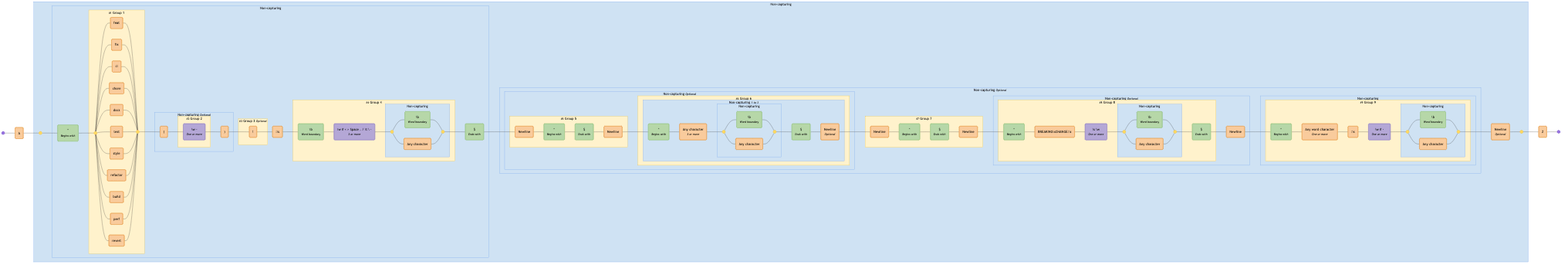
Earlier version of the Mermaid export diagrams/conventional-commits.mermaid-diagram.png (tayles/regex-to-mermaid). Its source is kept beside it as diagrams/conventional-commits.mermaid. Its diagram source:
```mermaid
graph LR
  accTitle: "Regex: \\A(?:(?:^(?P<type>feat|fix|ci|chore|docs|test|style|refactor|build|perf|revert)(?:\\((?P<scope>[\\w-]+)\\))?(?P<breaking>!)?:\\s(?P<subject>\\b[\\w#<> ./\\t\\\\-]{3,}(?:\\b|\\.))$)(?:(?:(?P<BLANK_LINE>\\n^$\\n)(?P<body>(?:^.{3,}(?:\\b|\\.)$\\n?){1,3}))?(?P<BLANK_LINE2>\\n^$\\n)(?:(?P<breaking_change>^BREAKING\\sCHANGE:\\s[\\s\\w]+(?:\\b|\\.)$)\\n)?(?:(?P<footer>^\\w+:\\s[\\w#-]+(?:\\b|\\.))))?\\n?|)\\Z"
  accDescr: "Generated with regex-to-mermaid@1.0.3"

  start@{ shape: f-circ };
  fin@{ shape: f-circ };
  literal_1("A"):::literal;
  disjunction_begin_1:::disjunction@{ shape: f-circ };
  disjunction_end_1:::disjunction@{ shape: f-circ };
  assertion_1("^<br><i><small>Begins with</small></i>"):::assertion;
  disjunction_begin_2:::disjunction@{ shape: f-circ };
  disjunction_end_2:::disjunction@{ shape: f-circ };
  literal_2("feat"):::literal;
  literal_3("fix"):::literal;
  literal_4("ci"):::literal;
  literal_5("chore"):::literal;
  literal_6("docs"):::literal;
  literal_7("test"):::literal;
  literal_8("style"):::literal;
  literal_9("refactor"):::literal;
  literal_10("build"):::literal;
  literal_11("perf"):::literal;
  literal_12("revert"):::literal;
  literal_13("("):::literal;
  char_class_1("\w -<br><i><small>One or more</small></i>"):::char-class;
  literal_14(")"):::literal;
  literal_15("!"):::literal;
  literal_16(":\s"):::literal;
  assertion_2("\b<br><i><small>Word boundary</small></i>"):::assertion;
  char_class_2("\w # < > Space . / \t \ -<br><i><small>3 or more</small></i>"):::char-class;
  disjunction_begin_3:::disjunction@{ shape: f-circ };
  disjunction_end_3:::disjunction@{ shape: f-circ };
  assertion_3("\b<br><i><small>Word boundary</small></i>"):::assertion;
  literal_17("Any character"):::literal;
  assertion_4("$<br><i><small>Ends with</small></i>"):::assertion;
  literal_18("Newline"):::literal;
  assertion_5("^<br><i><small>Begins with</small></i>"):::assertion;
  assertion_6("$<br><i><small>Ends with</small></i>"):::assertion;
  literal_19("Newline"):::literal;
  assertion_7("^<br><i><small>Begins with</small></i>"):::assertion;
  literal_20("Any character<br><i><small>3 or more</small></i>"):::literal;
  disjunction_begin_4:::disjunction@{ shape: f-circ };
  disjunction_end_4:::disjunction@{ shape: f-circ };
  assertion_8("\b<br><i><small>Word boundary</small></i>"):::assertion;
  literal_21("Any character"):::literal;
  assertion_9("$<br><i><small>Ends with</small></i>"):::assertion;
  literal_22("Newline<br><i><small>Optional</small></i>"):::literal;
  literal_23("Newline"):::literal;
  assertion_10("^<br><i><small>Begins with</small></i>"):::assertion;
  assertion_11("$<br><i><small>Ends with</small></i>"):::assertion;
  literal_24("Newline"):::literal;
  assertion_12("^<br><i><small>Begins with</small></i>"):::assertion;
  literal_25("BREAKING\sCHANGE:\s"):::literal;
  char_class_3("\s \w<br><i><small>One or more</small></i>"):::char-class;
  disjunction_begin_5:::disjunction@{ shape: f-circ };
  disjunction_end_5:::disjunction@{ shape: f-circ };
  assertion_13("\b<br><i><small>Word boundary</small></i>"):::assertion;
  literal_26("Any character"):::literal;
  assertion_14("$<br><i><small>Ends with</small></i>"):::assertion;
  literal_27("Newline"):::literal;
  assertion_15("^<br><i><small>Begins with</small></i>"):::assertion;
  literal_28("Any word character<br><i><small>One or more</small></i>"):::literal;
  literal_29(":\s"):::literal;
  char_class_4("\w # -<br><i><small>One or more</small></i>"):::char-class;
  disjunction_begin_6:::disjunction@{ shape: f-circ };
  disjunction_end_6:::disjunction@{ shape: f-circ };
  assertion_16("\b<br><i><small>Word boundary</small></i>"):::assertion;
  literal_30("Any character"):::literal;
  literal_31("Newline<br><i><small>Optional</small></i>"):::literal;
  literal_32("Z"):::literal;

  subgraph standard_1 ["<small>#1</small> Group 1"]
    disjunction_begin_2
    disjunction_end_2
    literal_2
    literal_3
    literal_4
    literal_5
    literal_6
    literal_7
    literal_8
    literal_9
    literal_10
    literal_11
    literal_12
  end

  subgraph standard_2 ["<small>#2</small> Group 2"]
    char_class_1
  end

  subgraph non_capturing_3 ["Non-capturing <small><i>Optional</i></small>"]
    standard_2
    literal_13
    literal_14
  end

  subgraph standard_3 ["<small>#3</small> Group 3 <small><i>Optional</i></small>"]
    literal_15
  end

  subgraph non_capturing_4 ["Non-capturing"]
    disjunction_begin_3
    disjunction_end_3
    assertion_3
    literal_17
  end

  subgraph standard_4 ["<small>#4</small> Group 4"]
    non_capturing_4
    assertion_2
    char_class_2
  end

  subgraph non_capturing_2 ["Non-capturing"]
    standard_1
    standard_2
    non_capturing_3
    standard_3
    non_capturing_4
    standard_4
    assertion_1
    literal_16
    assertion_4
  end

  subgraph standard_5 ["<small>#5</small> Group 5"]
    literal_18
    assertion_5
    assertion_6
    literal_19
  end

  subgraph non_capturing_8 ["Non-capturing"]
    disjunction_begin_4
    disjunction_end_4
    assertion_8
    literal_21
  end

  subgraph non_capturing_7 ["Non-capturing <small><i>1 to 3</i></small>"]
    non_capturing_8
    assertion_7
    literal_20
    assertion_9
    literal_22
  end

  subgraph standard_6 ["<small>#6</small> Group 6"]
    non_capturing_8
    non_capturing_7
  end

  subgraph non_capturing_6 ["Non-capturing <small><i>Optional</i></small>"]
    standard_5
    non_capturing_8
    non_capturing_7
    standard_6
  end

  subgraph standard_7 ["<small>#7</small> Group 7"]
    literal_23
    assertion_10
    assertion_11
    literal_24
  end

  subgraph non_capturing_10 ["Non-capturing"]
    disjunction_begin_5
    disjunction_end_5
    assertion_13
    literal_26
  end

  subgraph standard_8 ["<small>#8</small> Group 8"]
    non_capturing_10
    assertion_12
    literal_25
    char_class_3
    assertion_14
  end

  subgraph non_capturing_9 ["Non-capturing <small><i>Optional</i></small>"]
    non_capturing_10
    standard_8
    literal_27
  end

  subgraph non_capturing_12 ["Non-capturing"]
    disjunction_begin_6
    disjunction_end_6
    assertion_16
    literal_30
  end

  subgraph standard_9 ["<small>#9</small> Group 9"]
    non_capturing_12
    assertion_15
    literal_28
    literal_29
    char_class_4
  end

  subgraph non_capturing_11 ["Non-capturing"]
    non_capturing_12
    standard_9
  end

  subgraph non_capturing_5 ["Non-capturing <small><i>Optional</i></small>"]
    standard_5
    non_capturing_8
    non_capturing_7
    standard_6
    non_capturing_6
    standard_7
    non_capturing_10
    standard_8
    non_capturing_9
    non_capturing_12
    standard_9
    non_capturing_11
  end

  subgraph non_capturing_1 ["Non-capturing"]
    standard_1
    standard_2
    non_capturing_3
    standard_3
    non_capturing_4
    standard_4
    non_capturing_2
    standard_5
    non_capturing_8
    non_capturing_7
    standard_6
    non_capturing_6
    standard_7
    non_capturing_10
    standard_8
    non_capturing_9
    non_capturing_12
    standard_9
    non_capturing_11
    non_capturing_5
    disjunction_begin_1
    disjunction_end_1
    literal_31
  end

  start --- literal_1;
  literal_1 --- disjunction_begin_1;
  disjunction_begin_1 --- assertion_1;
  assertion_1 --- disjunction_begin_2;
  disjunction_begin_2 --- literal_2;
  literal_2 --- disjunction_end_2;
  disjunction_begin_2 --- literal_3;
  literal_3 --- disjunction_end_2;
  disjunction_begin_2 --- literal_4;
  literal_4 --- disjunction_end_2;
  disjunction_begin_2 --- literal_5;
  literal_5 --- disjunction_end_2;
  disjunction_begin_2 --- literal_6;
  literal_6 --- disjunction_end_2;
  disjunction_begin_2 --- literal_7;
  literal_7 --- disjunction_end_2;
  disjunction_begin_2 --- literal_8;
  literal_8 --- disjunction_end_2;
  disjunction_begin_2 --- literal_9;
  literal_9 --- disjunction_end_2;
  disjunction_begin_2 --- literal_10;
  literal_10 --- disjunction_end_2;
  disjunction_begin_2 --- literal_11;
  literal_11 --- disjunction_end_2;
  disjunction_begin_2 --- literal_12;
  literal_12 --- disjunction_end_2;
  disjunction_end_2 --- literal_13;
  literal_13 --- char_class_1;
  char_class_1 --- literal_14;
  literal_14 --- literal_15;
  literal_15 --- literal_16;
  literal_16 --- assertion_2;
  assertion_2 --- char_class_2;
  char_class_2 --- disjunction_begin_3;
  disjunction_begin_3 --- assertion_3;
  assertion_3 --- disjunction_end_3;
  disjunction_begin_3 --- literal_17;
  literal_17 --- disjunction_end_3;
  disjunction_end_3 --- assertion_4;
  assertion_4 --- literal_18;
  literal_18 --- assertion_5;
  assertion_5 --- assertion_6;
  assertion_6 --- literal_19;
  literal_19 --- assertion_7;
  assertion_7 --- literal_20;
  literal_20 --- disjunction_begin_4;
  disjunction_begin_4 --- assertion_8;
  assertion_8 --- disjunction_end_4;
  disjunction_begin_4 --- literal_21;
  literal_21 --- disjunction_end_4;
  disjunction_end_4 --- assertion_9;
  assertion_9 --- literal_22;
  literal_22 --- literal_23;
  literal_23 --- assertion_10;
  assertion_10 --- assertion_11;
  assertion_11 --- literal_24;
  literal_24 --- assertion_12;
  assertion_12 --- literal_25;
  literal_25 --- char_class_3;
  char_class_3 --- disjunction_begin_5;
  disjunction_begin_5 --- assertion_13;
  assertion_13 --- disjunction_end_5;
  disjunction_begin_5 --- literal_26;
  literal_26 --- disjunction_end_5;
  disjunction_end_5 --- assertion_14;
  assertion_14 --- literal_27;
  literal_27 --- assertion_15;
  assertion_15 --- literal_28;
  literal_28 --- literal_29;
  literal_29 --- char_class_4;
  char_class_4 --- disjunction_begin_6;
  disjunction_begin_6 --- assertion_16;
  assertion_16 --- disjunction_end_6;
  disjunction_begin_6 --- literal_30;
  literal_30 --- disjunction_end_6;
  disjunction_end_6 --- literal_31;
  literal_31 --- disjunction_end_1;
  disjunction_end_1 --- literal_32;
  literal_32 --- fin;

  classDef literal fill:#F9CB9C,stroke:#E69138,color:#000000;
  classDef disjunction fill:#FFD966,stroke:#F1C232,color:#000000;
  classDef assertion fill:#B6D7A8,stroke:#93C47D,color:#000000;
  classDef char-class fill:#B4A7D6,stroke:#8E7CC3,color:#000000;

  classDef standard fill:#FFF2CC,stroke:#F1C232,color:#000000;
  classDef non-capturing fill:#CFE2F3,stroke:#6D9EEB,color:#000000;

  class standard_1,standard_2,standard_3,standard_4,standard_5,standard_6,standard_7,standard_8,standard_9 standard;
  class non_capturing_3,non_capturing_4,non_capturing_2,non_capturing_8,non_capturing_7,non_capturing_6,non_capturing_10,non_capturing_9,non_capturing_12,non_capturing_11,non_capturing_5,non_capturing_1 non-capturing;
```
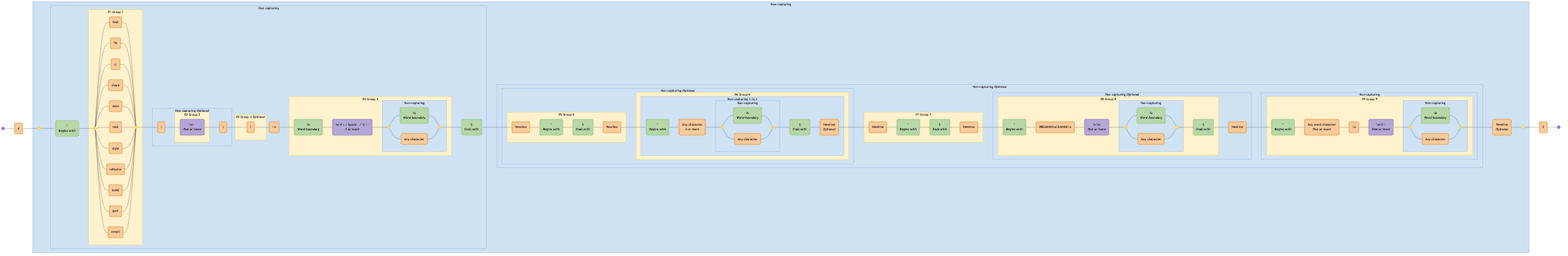
The same file after the commit.

Change to the diagram source:
```diff
@@ -7,7 +7,7 @@
   literal_1("A"):::literal;
   disjunction_begin_1:::disjunction@{ shape: f-circ };
   disjunction_end_1:::disjunction@{ shape: f-circ };
-  assertion_1("^<br><i><small>Begins with</small></i>"):::assertion;
+  assertion_1("^<br><i>Begins with</i>"):::assertion;
   disjunction_begin_2:::disjunction@{ shape: f-circ };
   disjunction_end_2:::disjunction@{ shape: f-circ };
   literal_2("feat"):::literal;
@@ -22,54 +22,54 @@
   literal_11("perf"):::literal;
   literal_12("revert"):::literal;
   literal_13("("):::literal;
-  char_class_1("\w -<br><i><small>One or more</small></i>"):::char-class;
+  char_class_1("\w -<br><i>One or more</i>"):::char-class;
   literal_14(")"):::literal;
   literal_15("!"):::literal;
   literal_16(":\s"):::literal;
-  assertion_2("\b<br><i><small>Word boundary</small></i>"):::assertion;
-  char_class_2("\w # < > Space . / \t \ -<br><i><small>3 or more</small></i>"):::char-class;
+  assertion_2("\b<br><i>Word boundary</i>"):::assertion;
+  char_class_2("\w # < > Space . / \t \ -<br><i>3 or more</i>"):::char-class;
   disjunction_begin_3:::disjunction@{ shape: f-circ };
   disjunction_end_3:::disjunction@{ shape: f-circ };
-  assertion_3("\b<br><i><small>Word boundary</small></i>"):::assertion;
+  assertion_3("\b<br><i>Word boundary</i>"):::assertion;
   literal_17("Any character"):::literal;
-  assertion_4("$<br><i><small>Ends with</small></i>"):::assertion;
+  assertion_4("$<br><i>Ends with</i>"):::assertion;
   literal_18("Newline"):::literal;
-  assertion_5("^<br><i><small>Begins with</small></i>"):::assertion;
-  assertion_6("$<br><i><small>Ends with</small></i>"):::assertion;
+  assertion_5("^<br><i>Begins with</i>"):::assertion;
+  assertion_6("$<br><i>Ends with</i>"):::assertion;
   literal_19("Newline"):::literal;
-  assertion_7("^<br><i><small>Begins with</small></i>"):::assertion;
-  literal_20("Any character<br><i><small>3 or more</small></i>"):::literal;
+  assertion_7("^<br><i>Begins with</i>"):::assertion;
+  literal_20("Any character<br><i>3 or more</i>"):::literal;
   disjunction_begin_4:::disjunction@{ shape: f-circ };
   disjunction_end_4:::disjunction@{ shape: f-circ };
-  assertion_8("\b<br><i><small>Word boundary</small></i>"):::assertion;
+  assertion_8("\b<br><i>Word boundary</i>"):::assertion;
   literal_21("Any character"):::literal;
-  assertion_9("$<br><i><small>Ends with</small></i>"):::assertion;
-  literal_22("Newline<br><i><small>Optional</small></i>"):::literal;
+  assertion_9("$<br><i>Ends with</i>"):::assertion;
+  literal_22("Newline<br><i>Optional</i>"):::literal;
   literal_23("Newline"):::literal;
-  assertion_10("^<br><i><small>Begins with</small></i>"):::assertion;
-  assertion_11("$<br><i><small>Ends with</small></i>"):::assertion;
+  assertion_10("^<br><i>Begins with</i>"):::assertion;
+  assertion_11("$<br><i>Ends with</i>"):::assertion;
   literal_24("Newline"):::literal;
-  assertion_12("^<br><i><small>Begins with</small></i>"):::assertion;
+  assertion_12("^<br><i>Begins with</i>"):::assertion;
   literal_25("BREAKING\sCHANGE:\s"):::literal;
-  char_class_3("\s \w<br><i><small>One or more</small></i>"):::char-class;
+  char_class_3("\s \w<br><i>One or more</i>"):::char-class;
   disjunction_begin_5:::disjunction@{ shape: f-circ };
   disjunction_end_5:::disjunction@{ shape: f-circ };
-  assertion_13("\b<br><i><small>Word boundary</small></i>"):::assertion;
+  assertion_13("\b<br><i>Word boundary</i>"):::assertion;
   literal_26("Any character"):::literal;
-  assertion_14("$<br><i><small>Ends with</small></i>"):::assertion;
+  assertion_14("$<br><i>Ends with</i>"):::assertion;
   literal_27("Newline"):::literal;
-  assertion_15("^<br><i><small>Begins with</small></i>"):::assertion;
-  literal_28("Any word character<br><i><small>One or more</small></i>"):::literal;
+  assertion_15("^<br><i>Begins with</i>"):::assertion;
+  literal_28("Any word character<br><i>One or more</i>"):::literal;
   literal_29(":\s"):::literal;
-  char_class_4("\w # -<br><i><small>One or more</small></i>"):::char-class;
+  char_class_4("\w # -<br><i>One or more</i>"):::char-class;
   disjunction_begin_6:::disjunction@{ shape: f-circ };
   disjunction_end_6:::disjunction@{ shape: f-circ };
-  assertion_16("\b<br><i><small>Word boundary</small></i>"):::assertion;
+  assertion_16("\b<br><i>Word boundary</i>"):::assertion;
   literal_30("Any character"):::literal;
-  literal_31("Newline<br><i><small>Optional</small></i>"):::literal;
+  literal_31("Newline<br><i>Optional</i>"):::literal;
   literal_32("Z"):::literal;
 
-  subgraph standard_1 ["<small>#1</small> Group 1"]
+  subgraph standard_1 ["#1 Group 1"]
     disjunction_begin_2
     disjunction_end_2
     literal_2
@@ -85,17 +85,17 @@
     literal_12
   end
 
-  subgraph standard_2 ["<small>#2</small> Group 2"]
+  subgraph standard_2 ["#2 Group 2"]
     char_class_1
   end
 
-  subgraph non_capturing_3 ["Non-capturing <small><i>Optional</i></small>"]
+  subgraph non_capturing_3 ["Non-capturing <i>Optional</i>"]
     standard_2
     literal_13
     literal_14
   end
 
-  subgraph standard_3 ["<small>#3</small> Group 3 <small><i>Optional</i></small>"]
+  subgraph standard_3 ["#3 Group 3 <i>Optional</i>"]
     literal_15
   end
 
@@ -106,7 +106,7 @@
     literal_17
   end
 
-  subgraph standard_4 ["<small>#4</small> Group 4"]
+  subgraph standard_4 ["#4 Group 4"]
     non_capturing_4
     assertion_2
     char_class_2
@@ -124,7 +124,7 @@
     assertion_4
   end
 
-  subgraph standard_5 ["<small>#5</small> Group 5"]
+  subgraph standard_5 ["#5 Group 5"]
     literal_18
     assertion_5
     assertion_6
@@ -138,7 +138,7 @@
     literal_21
   end
 
-  subgraph non_capturing_7 ["Non-capturing <small><i>1 to 3</i></small>"]
+  subgraph non_capturing_7 ["Non-capturing <i>1 to 3</i>"]
     non_capturing_8
     assertion_7
     literal_20
@@ -146,19 +146,19 @@
     literal_22
   end
 
-  subgraph standard_6 ["<small>#6</small> Group 6"]
+  subgraph standard_6 ["#6 Group 6"]
     non_capturing_8
     non_capturing_7
   end
 
-  subgraph non_capturing_6 ["Non-capturing <small><i>Optional</i></small>"]
+  subgraph non_capturing_6 ["Non-capturing <i>Optional</i>"]
     standard_5
     non_capturing_8
     non_capturing_7
     standard_6
   end
 
-  subgraph standard_7 ["<small>#7</small> Group 7"]
+  subgraph standard_7 ["#7 Group 7"]
     literal_23
     assertion_10
     assertion_11
@@ -172,7 +172,7 @@
     literal_26
   end
 
-  subgraph standard_8 ["<small>#8</small> Group 8"]
+  subgraph standard_8 ["#8 Group 8"]
     non_capturing_10
     assertion_12
     literal_25
@@ -180,7 +180,7 @@
     assertion_14
   end
 
-  subgraph non_capturing_9 ["Non-capturing <small><i>Optional</i></small>"]
+  subgraph non_capturing_9 ["Non-capturing <i>Optional</i>"]
     non_capturing_10
     standard_8
     literal_27
@@ -193,7 +193,7 @@
     literal_30
   end
 
-  subgraph standard_9 ["<small>#9</small> Group 9"]
+  subgraph standard_9 ["#9 Group 9"]
     non_capturing_12
     assertion_15
     literal_28
@@ -206,7 +206,7 @@
     standard_9
   end
 
-  subgraph non_capturing_5 ["Non-capturing <small><i>Optional</i></small>"]
+  subgraph non_capturing_5 ["Non-capturing <i>Optional</i>"]
     standard_5
     non_capturing_8
     non_capturing_7
```
